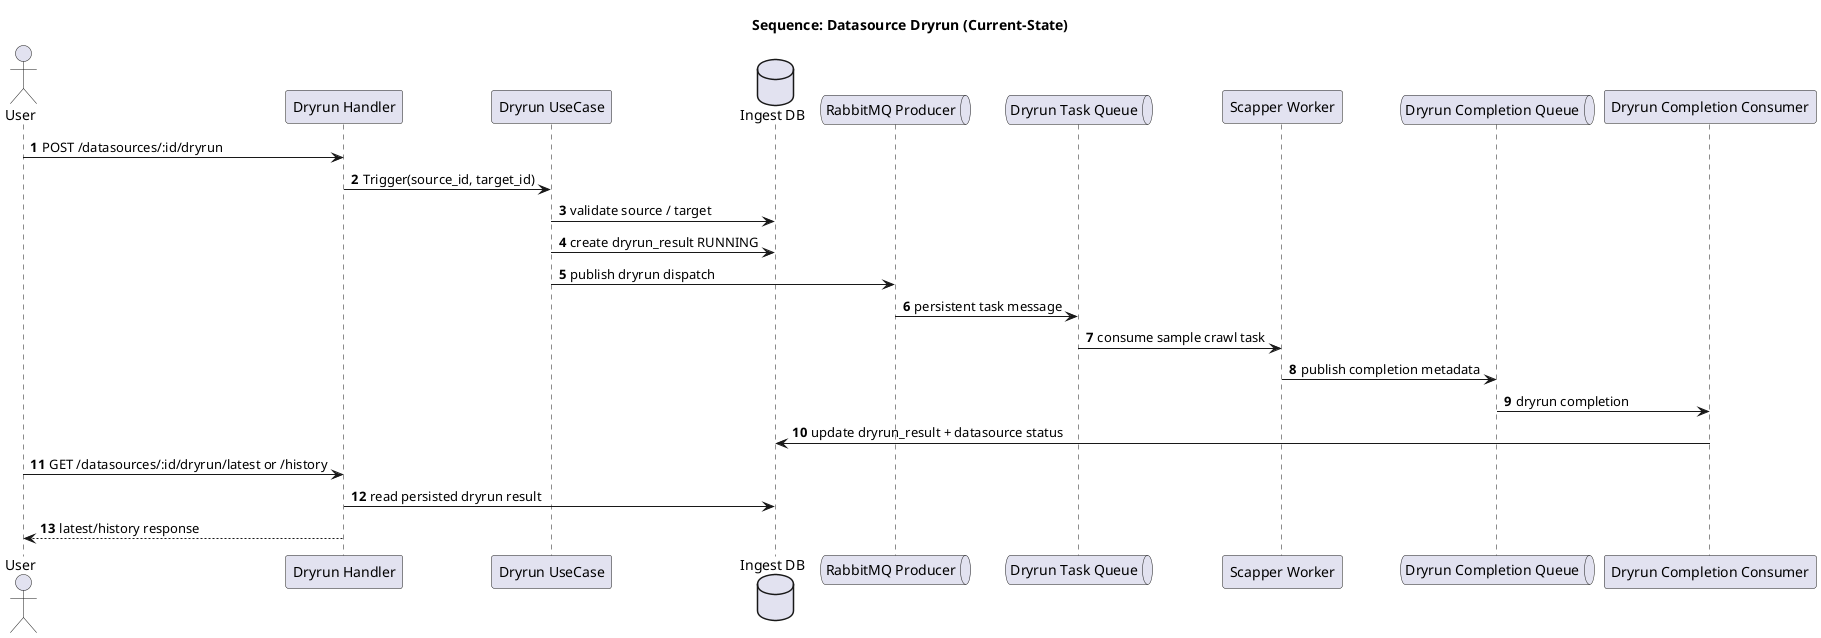
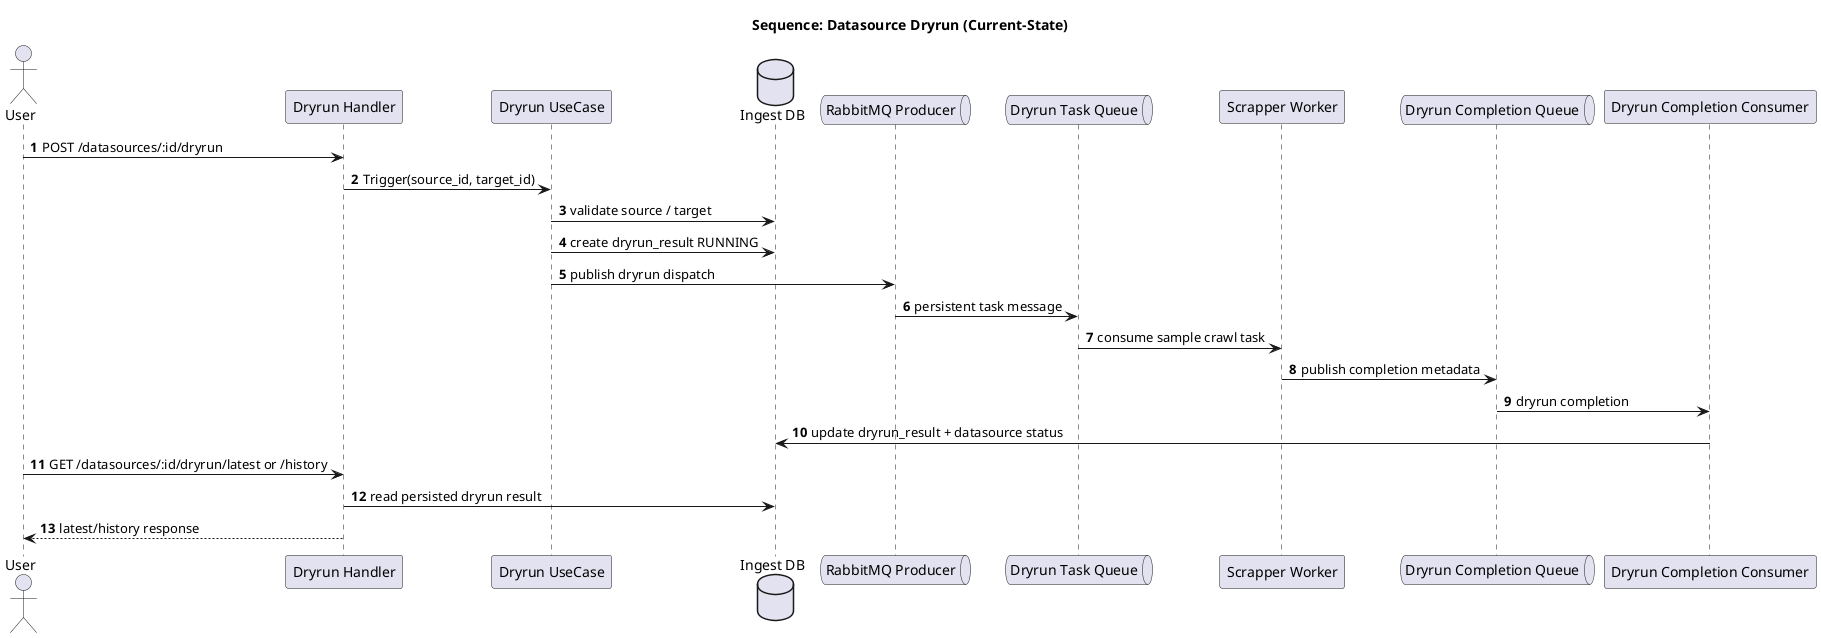
@startuml
title Sequence: Datasource Dryrun (Current-State)

autonumber

actor User
participant "Dryrun Handler" as Handler
participant "Dryrun UseCase" as DryrunUC
database "Ingest DB" as IngestDB
queue "RabbitMQ Producer" as Producer
queue "Dryrun Task Queue" as TaskQueue
- participant "Scapper Worker" as Worker
+ participant "Scrapper Worker" as Worker
queue "Dryrun Completion Queue" as CompletionQueue
participant "Dryrun Completion Consumer" as Consumer

User -> Handler : POST /datasources/:id/dryrun
Handler -> DryrunUC : Trigger(source_id, target_id)
DryrunUC -> IngestDB : validate source / target
DryrunUC -> IngestDB : create dryrun_result RUNNING
DryrunUC -> Producer : publish dryrun dispatch
Producer -> TaskQueue : persistent task message
TaskQueue -> Worker : consume sample crawl task
Worker -> CompletionQueue : publish completion metadata
CompletionQueue -> Consumer : dryrun completion
Consumer -> IngestDB : update dryrun_result + datasource status
User -> Handler : GET /datasources/:id/dryrun/latest or /history
Handler -> IngestDB : read persisted dryrun result
Handler --> User : latest/history response

@enduml
